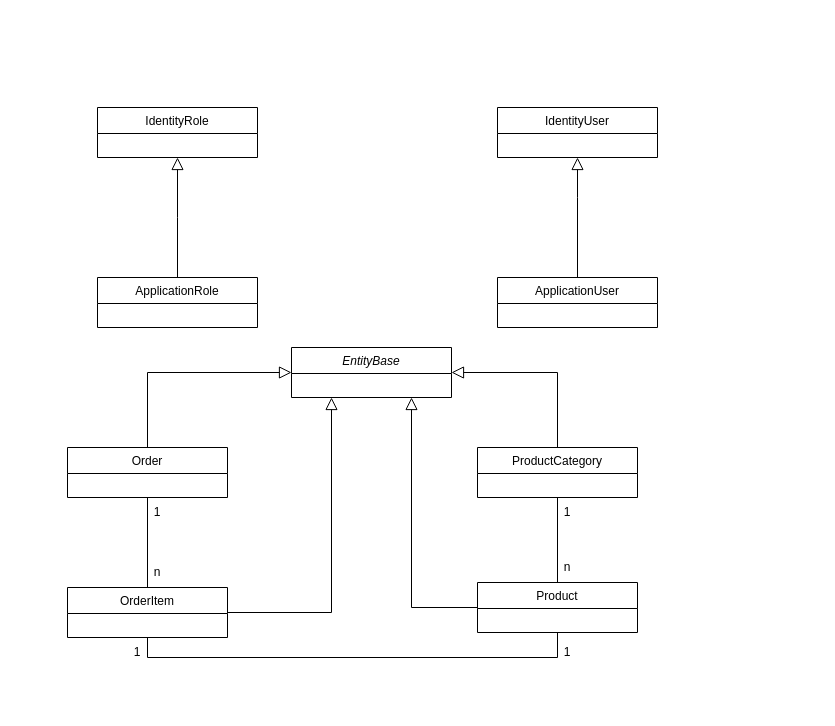
Earlier version of the draw.io diagram page "Page-1" (1 of 2) of class.drawio (Maxtr0n/CurlycircleWebshop). Source tidied: cells renumbered, new cells numbered last; positions are measured from the earlier drawing's top-left corner, leaving out a move shared by most shapes. Both pictures are drawn from the tidied source at 100%, with x=0, y=0 at pixel (67, 107).
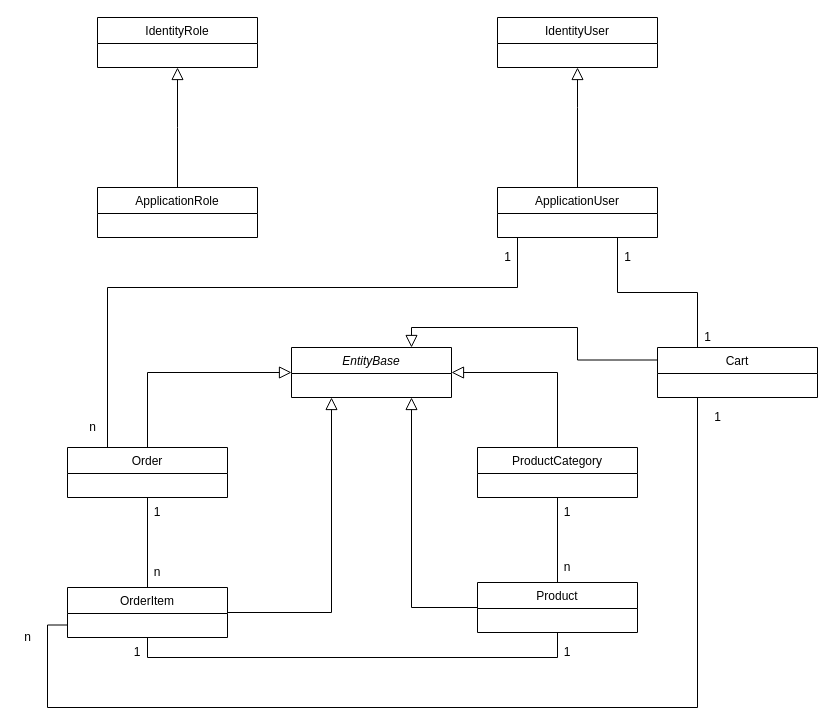
Above is the later version.

The change refers to these unchanged cells:
```xml
<mxCell id="9" value="Order" style="swimlane;fontStyle=0;align=center;verticalAlign=top;horizontal=1;startSize=26;rounded=0;shadow=0;strokeWidth=1;" parent="1" vertex="1">
  <mxGeometry y="340" width="160" height="50" as="geometry" />
</mxCell>
<mxCell id="11" value="OrderItem" style="swimlane;fontStyle=0;align=center;verticalAlign=top;horizontal=1;startSize=26;rounded=0;shadow=0;strokeWidth=1;" parent="1" vertex="1">
  <mxGeometry y="480" width="160" height="50" as="geometry" />
</mxCell>
<mxCell id="15" value="EntityBase" style="swimlane;fontStyle=2;align=center;verticalAlign=top;horizontal=1;startSize=26;rounded=0;shadow=0;strokeWidth=1;" parent="1" vertex="1">
  <mxGeometry x="224" y="240" width="160" height="50" as="geometry" />
</mxCell>
```

Change to the diagram source:
```diff
@@
     <mxCell id="2" value="IdentityRole" style="swimlane;fontStyle=0;align=center;verticalAlign=top;horizontal=1;startSize=26;rounded=0;shadow=0;strokeWidth=1;" parent="1" vertex="1">
-      <mxGeometry x="30" width="160" height="50" as="geometry" />
+      <mxGeometry x="30" y="-90" width="160" height="50" as="geometry" />
     </mxCell>
+    <mxCell id="26" style="edgeStyle=orthogonalEdgeStyle;rounded=0;jettySize=auto;html=1;exitX=0.75;exitY=1;exitDx=0;exitDy=0;entryX=0.25;entryY=0;entryDx=0;entryDy=0;endArrow=none;endFill=0;" parent="1" edge="1" source="3" target="9">
+      <mxGeometry relative="1" as="geometry">
+        <Array as="points">
+          <mxPoint x="450" y="130" />
+          <mxPoint x="450" y="180" />
+          <mxPoint x="40" y="180" />
+        </Array>
+      </mxGeometry>
+    </mxCell>
     <mxCell id="3" value="ApplicationUser" style="swimlane;fontStyle=0;align=center;verticalAlign=top;horizontal=1;startSize=26;rounded=0;shadow=0;strokeWidth=1;" parent="1" vertex="1">
-      <mxGeometry x="430" y="170" width="160" height="50" as="geometry" />
+      <mxGeometry x="430" y="80" width="160" height="50" as="geometry" />
     </mxCell>
     <mxCell id="4" style="endArrow=block;endSize=10;endFill=0;shadow=0;strokeWidth=1;rounded=0;edgeStyle=elbowEdgeStyle;elbow=vertical;entryX=0.5;entryY=1;entryDx=0;entryDy=0;" parent="1" edge="1" source="3" target="5">
       <mxGeometry relative="1" as="geometry">
         <Array as="points">
-          <mxPoint x="510" y="90" />
+          <mxPoint x="510" />
         </Array>
       </mxGeometry>
     </mxCell>
     <mxCell id="5" value="IdentityUser" style="swimlane;fontStyle=0;align=center;verticalAlign=top;horizontal=1;startSize=26;rounded=0;shadow=0;strokeWidth=1;" parent="1" vertex="1">
-      <mxGeometry x="430" width="160" height="50" as="geometry" />
+      <mxGeometry x="430" y="-90" width="160" height="50" as="geometry" />
     </mxCell>
     <mxCell id="6" value="ApplicationRole" style="swimlane;fontStyle=0;align=center;verticalAlign=top;horizontal=1;startSize=26;rounded=0;shadow=0;strokeWidth=1;" parent="1" vertex="1">
-      <mxGeometry x="30" y="170" width="160" height="50" as="geometry" />
+      <mxGeometry x="30" y="80" width="160" height="50" as="geometry" />
     </mxCell>
     <mxCell id="7" style="endArrow=block;endSize=10;endFill=0;shadow=0;strokeWidth=1;rounded=0;edgeStyle=elbowEdgeStyle;elbow=vertical;" parent="1" edge="1" source="6">
       <mxGeometry relative="1" as="geometry">
-        <mxPoint x="110" y="50" as="targetPoint" />
+        <mxPoint x="110" y="-40" as="targetPoint" />
       </mxGeometry>
     </mxCell>
@@
+    <mxCell id="27" value="1" style="text;html=1;align=center;verticalAlign=middle;strokeColor=none;fillColor=none;" parent="1" vertex="1">
+      <mxGeometry x="430" y="140" width="20" height="20" as="geometry" />
+    </mxCell>
+    <mxCell id="28" value="n" style="text;html=1;align=center;verticalAlign=middle;strokeColor=none;fillColor=none;" parent="1" vertex="1">
+      <mxGeometry x="15" y="310" width="20" height="20" as="geometry" />
+    </mxCell>
+    <mxCell id="29" style="edgeStyle=orthogonalEdgeStyle;rounded=0;jettySize=auto;html=1;exitX=0.25;exitY=1;exitDx=0;exitDy=0;entryX=0;entryY=0.75;entryDx=0;entryDy=0;endArrow=none;endFill=0;" parent="1" edge="1" source="32" target="11">
+      <mxGeometry relative="1" as="geometry">
+        <Array as="points">
+          <mxPoint x="630" y="600" />
+          <mxPoint x="-20" y="600" />
+          <mxPoint x="-20" y="518" />
+        </Array>
+      </mxGeometry>
+    </mxCell>
+    <mxCell id="30" style="edgeStyle=orthogonalEdgeStyle;rounded=0;jettySize=auto;html=1;exitX=0.25;exitY=0;exitDx=0;exitDy=0;entryX=0.75;entryY=1;entryDx=0;entryDy=0;endArrow=none;endFill=0;" parent="1" edge="1" source="32" target="3">
+      <mxGeometry relative="1" as="geometry" />
+    </mxCell>
+    <mxCell id="31" style="edgeStyle=orthogonalEdgeStyle;rounded=0;jettySize=auto;html=1;exitX=0;exitY=0.25;exitDx=0;exitDy=0;entryX=0.75;entryY=0;entryDx=0;entryDy=0;endArrow=block;endFill=0;endSize=10;" parent="1" edge="1" source="32" target="15">
+      <mxGeometry relative="1" as="geometry">
+        <Array as="points">
+          <mxPoint x="510" y="253" />
+          <mxPoint x="510" y="220" />
+          <mxPoint x="344" y="220" />
+        </Array>
+      </mxGeometry>
+    </mxCell>
+    <mxCell id="32" value="Cart" style="swimlane;fontStyle=0;align=center;verticalAlign=top;horizontal=1;startSize=26;rounded=0;shadow=0;strokeWidth=1;" parent="1" vertex="1">
+      <mxGeometry x="590" y="240" width="160" height="50" as="geometry" />
+    </mxCell>
+    <mxCell id="33" value="1" style="text;html=1;align=center;verticalAlign=middle;strokeColor=none;fillColor=none;" parent="1" vertex="1">
+      <mxGeometry x="550" y="140" width="20" height="20" as="geometry" />
+    </mxCell>
+    <mxCell id="34" value="1" style="text;html=1;align=center;verticalAlign=middle;strokeColor=none;fillColor=none;" parent="1" vertex="1">
+      <mxGeometry x="630" y="220" width="20" height="20" as="geometry" />
+    </mxCell>
+    <mxCell id="35" value="1" style="text;html=1;align=center;verticalAlign=middle;strokeColor=none;fillColor=none;" parent="1" vertex="1">
+      <mxGeometry x="640" y="300" width="20" height="20" as="geometry" />
+    </mxCell>
+    <mxCell id="36" value="n" style="text;html=1;align=center;verticalAlign=middle;strokeColor=none;fillColor=none;" parent="1" vertex="1">
+      <mxGeometry x="-50" y="520" width="20" height="20" as="geometry" />
+    </mxCell>
```
